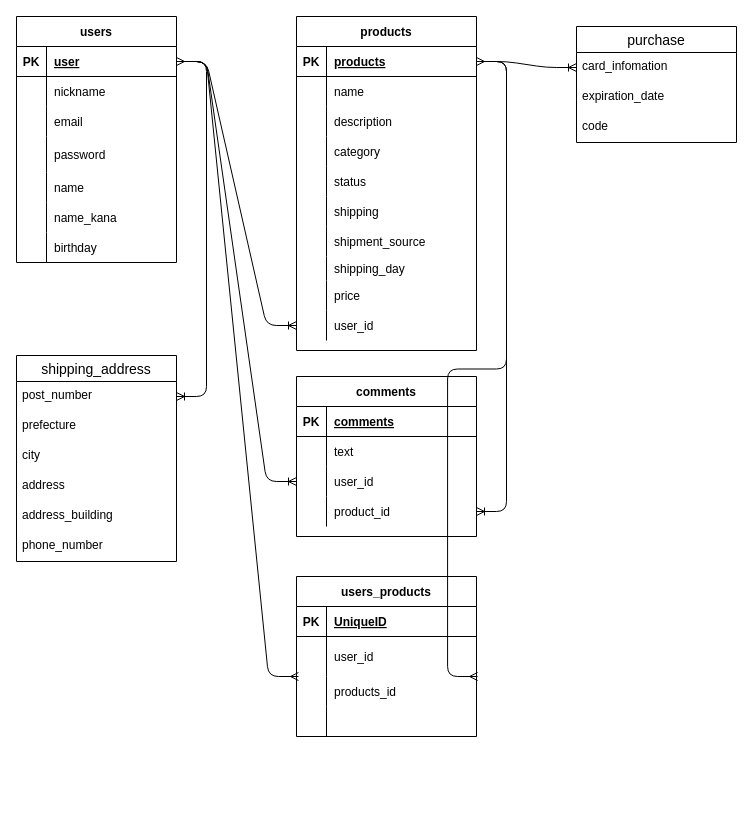
Earlier version of the draw.io diagram test.dio (tora1000/furima-31081). Source tidied: cells renumbered, new cells numbered last; positions are measured from the earlier drawing's top-left corner, leaving out a move shared by most shapes. Both pictures are drawn from the tidied source at 100%, with x=0, y=0 at pixel (16, 16).
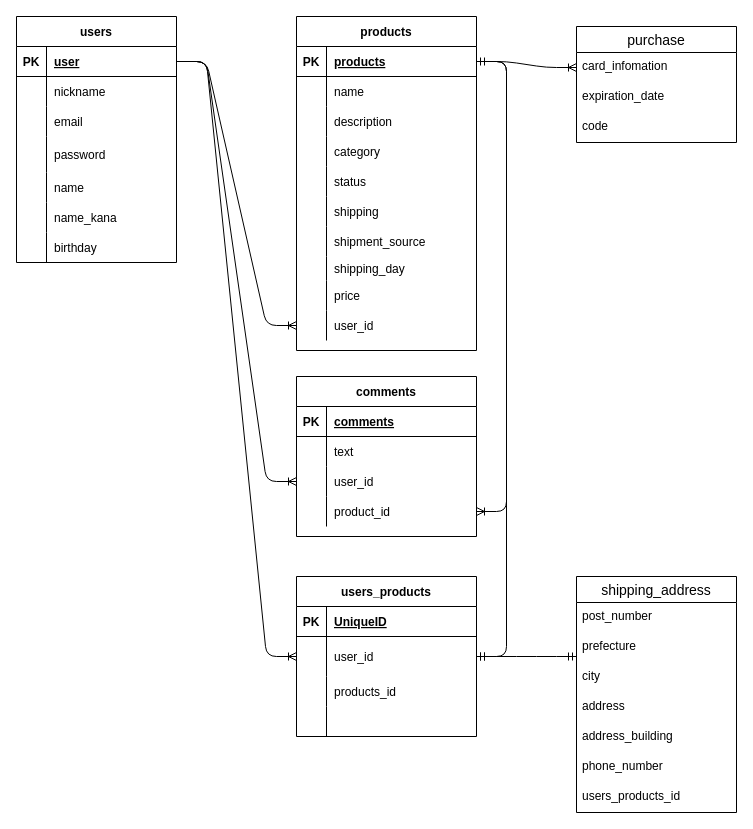
After the change.

Commit message (it also covers changes not shown here):
データベース設計

The change refers to these unchanged cells:
```xml
<mxCell id="3" style="shape=partialRectangle;fillColor=none;top=0;left=0;bottom=1;right=0;points=[[0,0.5],[1,0.5]];portConstraint=eastwest;" parent="2" vertex="1">
  <mxGeometry y="30" width="160" height="30" as="geometry" />
</mxCell>
<mxCell id="25" style="shape=partialRectangle;fillColor=none;top=0;left=0;bottom=1;right=0;points=[[0,0.5],[1,0.5]];portConstraint=eastwest;" parent="24" vertex="1">
  <mxGeometry y="30" width="180" height="30" as="geometry" />
</mxCell>
<mxCell id="81" style="shape=partialRectangle;fillColor=none;top=0;left=0;bottom=0;right=0;points=[[0,0.5],[1,0.5]];portConstraint=eastwest;" parent="77" vertex="1">
  <mxGeometry y="60" width="180" height="40" as="geometry" />
</mxCell>
<mxCell id="84" style="shape=partialRectangle;fillColor=none;top=0;left=0;bottom=0;right=0;points=[[0,0.5],[1,0.5]];portConstraint=eastwest;" parent="77" vertex="1">
  <mxGeometry y="100" width="180" height="30" as="geometry" />
</mxCell>
<mxCell id="93" value="post_number" style="text;strokeColor=none;fillColor=none;spacingLeft=4;spacingRight=4;overflow=hidden;points=[[0,0.5],[1,0.5]];portConstraint=eastwest;fontSize=12;" parent="92" vertex="1">
  <mxGeometry y="26" width="160" height="30" as="geometry" />
</mxCell>
<mxCell id="94" value="prefecture" style="text;strokeColor=none;fillColor=none;spacingLeft=4;spacingRight=4;overflow=hidden;points=[[0,0.5],[1,0.5]];portConstraint=eastwest;fontSize=12;" parent="92" vertex="1">
  <mxGeometry y="56" width="160" height="30" as="geometry" />
</mxCell>
```

Change to the diagram source:
```diff
@@
-    <mxCell id="76" style="edgeStyle=entityRelationEdgeStyle;fontSize=12;html=1;endArrow=ERoneToMany;" parent="1" edge="1" target="93">
-      <mxGeometry relative="1" as="geometry">
-        <mxPoint x="160" y="45" as="sourcePoint" />
-      </mxGeometry>
-    </mxCell>
@@
-    <mxCell id="90" style="edgeStyle=entityRelationEdgeStyle;fontSize=12;html=1;endArrow=ERmany;startArrow=ERmany;exitX=1;exitY=0.5;exitDx=0;exitDy=0;entryX=0.011;entryY=0;entryDx=0;entryDy=0;entryPerimeter=0;" parent="1" edge="1" source="3" target="84">
-      <mxGeometry relative="1" as="geometry" />
-    </mxCell>
-    <mxCell id="91" style="edgeStyle=entityRelationEdgeStyle;fontSize=12;html=1;endArrow=ERmany;startArrow=ERmany;exitX=1.006;exitY=0;exitDx=0;exitDy=0;exitPerimeter=0;" parent="1" edge="1" source="84" target="25">
-      <mxGeometry relative="1" as="geometry" />
-    </mxCell>
+    <mxCell id="99" style="edgeStyle=entityRelationEdgeStyle;fontSize=12;html=1;endArrow=ERoneToMany;exitX=1;exitY=0.5;exitDx=0;exitDy=0;" parent="1" edge="1" source="3" target="81">
+      <mxGeometry relative="1" as="geometry" />
+    </mxCell>
+    <mxCell id="100" style="edgeStyle=entityRelationEdgeStyle;fontSize=12;html=1;endArrow=ERmandOne;startArrow=ERmandOne;exitX=1;exitY=0.5;exitDx=0;exitDy=0;" parent="1" edge="1" source="81" target="25">
+      <mxGeometry relative="1" as="geometry" />
+    </mxCell>
     <mxCell id="92" value="shipping_address" style="swimlane;fontStyle=0;horizontal=1;startSize=26;align=center;fontSize=14;" parent="1" vertex="1">
-      <mxGeometry y="339" width="160" height="206" as="geometry" />
+      <mxGeometry x="560" y="560" width="160" height="236" as="geometry" />
     </mxCell>
@@
+    <mxCell id="101" value="users_products_id" style="text;strokeColor=none;fillColor=none;spacingLeft=4;spacingRight=4;overflow=hidden;fontSize=12;" parent="92" vertex="1">
+      <mxGeometry y="206" width="160" height="30" as="geometry" />
+    </mxCell>
+    <mxCell id="102" style="edgeStyle=entityRelationEdgeStyle;fontSize=12;html=1;endArrow=ERmandOne;startArrow=ERmandOne;entryX=0;entryY=0.8;entryDx=0;entryDy=0;entryPerimeter=0;exitX=1;exitY=0.5;exitDx=0;exitDy=0;" parent="1" edge="1" source="81" target="94">
+      <mxGeometry relative="1" as="geometry" />
+    </mxCell>
```
